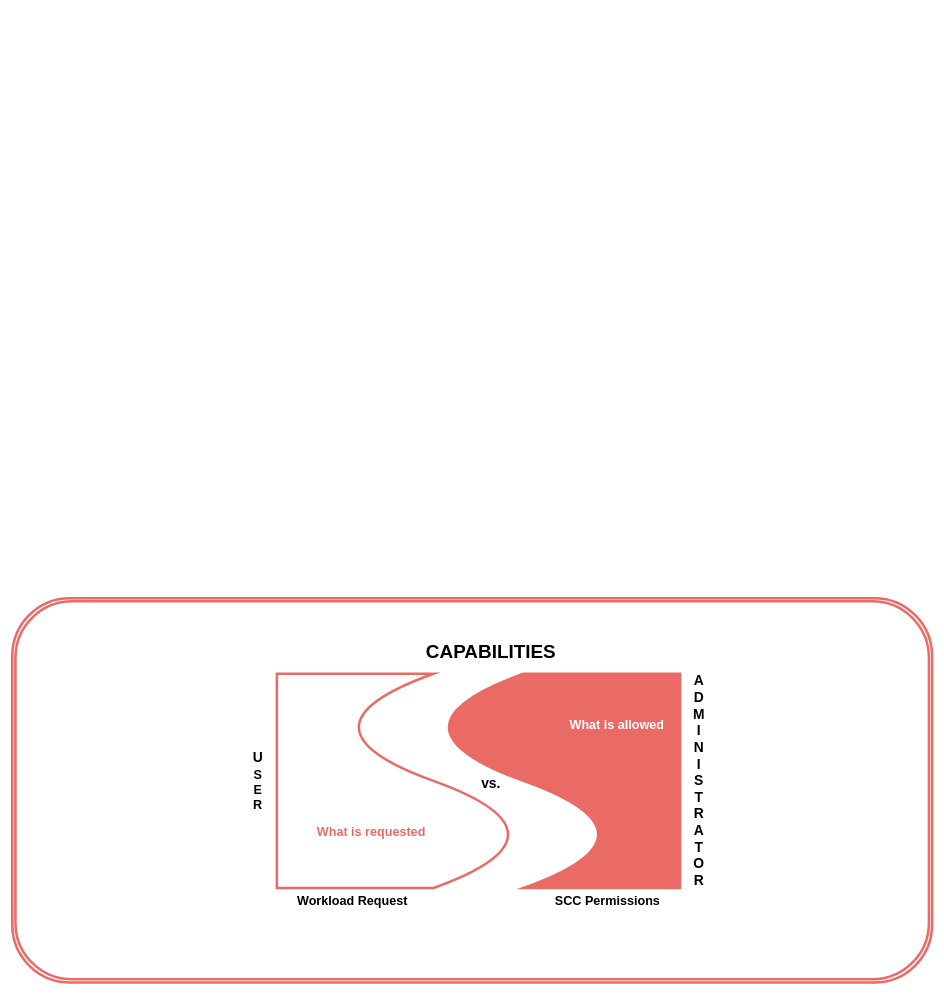
The draw.io diagram page "capabilities" (6 of 7) of article-intro/images/detailed-flow.drawio in tt-isv-org/scc, before the edit. Source tidied: cells renumbered, new cells numbered last; positions are measured from the earlier drawing's top-left corner, leaving out a move shared by most shapes. Both pictures are drawn from the tidied source at 63%, with x=0, y=0 at pixel (12, 598).
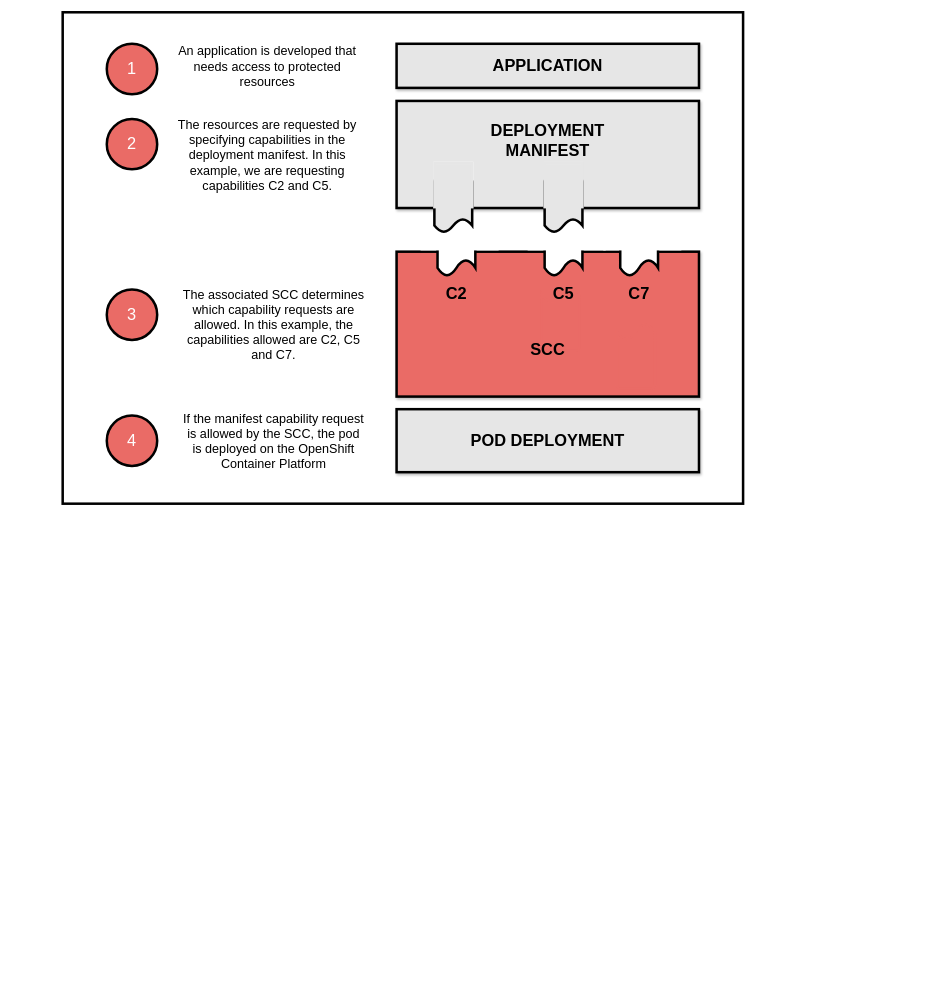
The same page after the edit.

Commit message (it also covers changes not shown here):
TT-ISV-org/planning#51:update capabilities diagram

What changed in the source:
```diff
@@
-    <mxCell id="2" style="shape=ext;double=1;rounded=1;whiteSpace=wrap;html=1;strokeColor=#EA6B66;strokeWidth=4;fillColor=#FFFFFF;fontSize=20;" parent="1" vertex="1">
-      <mxGeometry width="1460" height="610" as="geometry" />
-    </mxCell>
-    <mxCell id="3" style="shape=document;whiteSpace=wrap;html=1;boundedLbl=1;strokeColor=#EA6B66;strokeWidth=4;fontSize=28;size=0.6923076923076923;direction=north;" parent="1" vertex="1">
-      <mxGeometry x="420" y="120" width="380" height="340" as="geometry" />
-    </mxCell>
-    <mxCell id="4" style="shape=document;whiteSpace=wrap;html=1;boundedLbl=1;strokeColor=#EA6B66;strokeWidth=4;fontSize=28;size=0.6923076923076923;direction=south;fillColor=#EA6B66;" parent="1" vertex="1">
-      <mxGeometry x="680" y="120" width="380" height="340" as="geometry" />
-    </mxCell>
-    <mxCell id="5" value="&lt;font style=&quot;font-size: 22px&quot;&gt;A&lt;br&gt;D&lt;br&gt;M&lt;br&gt;I&lt;br&gt;N&lt;br&gt;I&lt;br&gt;S&lt;br&gt;T&lt;br&gt;R&lt;br&gt;A&lt;br&gt;T&lt;br&gt;O&lt;br&gt;R&lt;/font&gt;" style="text;html=1;strokeColor=none;fillColor=none;align=center;verticalAlign=middle;whiteSpace=wrap;rounded=0;fontSize=20;fontStyle=1;" parent="1" vertex="1">
-      <mxGeometry x="1070" y="55" width="40" height="470" as="geometry" />
-    </mxCell>
-    <mxCell id="6" value="&lt;b&gt;Workload Request&lt;/b&gt;" style="text;html=1;strokeColor=none;fillColor=none;align=center;verticalAlign=middle;whiteSpace=wrap;rounded=0;fontSize=20;" parent="1" vertex="1">
-      <mxGeometry x="430" y="450" width="220" height="60" as="geometry" />
-    </mxCell>
-    <mxCell id="7" value="&lt;b&gt;SCC Permissions&lt;/b&gt;" style="text;html=1;strokeColor=none;fillColor=none;align=center;verticalAlign=middle;whiteSpace=wrap;rounded=0;fontSize=20;" parent="1" vertex="1">
-      <mxGeometry x="850" y="450" width="190" height="60" as="geometry" />
-    </mxCell>
-    <mxCell id="8" value="&lt;b&gt;&lt;font style=&quot;font-size: 30px&quot;&gt;CAPABILITIES&lt;/font&gt;&lt;/b&gt;" style="text;html=1;strokeColor=none;fillColor=none;align=center;verticalAlign=middle;whiteSpace=wrap;rounded=0;fontSize=20;" parent="1" vertex="1">
-      <mxGeometry x="500" y="55" width="520" height="60" as="geometry" />
-    </mxCell>
-    <mxCell id="9" value="&lt;b&gt;&lt;font color=&quot;#ea6b66&quot;&gt;What is requested&lt;/font&gt;&lt;/b&gt;" style="text;html=1;strokeColor=none;fillColor=none;align=center;verticalAlign=middle;whiteSpace=wrap;rounded=0;fontSize=20;" parent="1" vertex="1">
-      <mxGeometry x="460" y="340" width="220" height="60" as="geometry" />
-    </mxCell>
-    <mxCell id="10" value="&lt;b&gt;&lt;font color=&quot;#ffffff&quot;&gt;What is allowed&lt;/font&gt;&lt;/b&gt;" style="text;html=1;strokeColor=none;fillColor=none;align=center;verticalAlign=middle;whiteSpace=wrap;rounded=0;fontSize=20;" parent="1" vertex="1">
-      <mxGeometry x="850" y="170" width="220" height="60" as="geometry" />
-    </mxCell>
-    <mxCell id="11" value="&lt;span style=&quot;font-size: 22px&quot;&gt;U&lt;br&gt;&lt;/span&gt;S&lt;br&gt;E&lt;br&gt;R" style="text;html=1;strokeColor=none;fillColor=none;align=center;verticalAlign=middle;whiteSpace=wrap;rounded=0;fontSize=20;fontStyle=1;" parent="1" vertex="1">
-      <mxGeometry x="370" y="55" width="40" height="470" as="geometry" />
-    </mxCell>
-    <mxCell id="12" value="&lt;span style=&quot;font-size: 22px&quot;&gt;vs.&lt;br&gt;&lt;/span&gt;" style="text;html=1;strokeColor=none;fillColor=none;align=center;verticalAlign=middle;whiteSpace=wrap;rounded=0;fontSize=20;fontStyle=1;" parent="1" vertex="1">
-      <mxGeometry x="720" y="200" width="80" height="190" as="geometry" />
-    </mxCell>
+    <mxCell id="13" style="rounded=0;whiteSpace=wrap;html=1;shadow=0;glass=0;strokeWidth=4;fillColor=#FFFFFF;fontSize=20;fontColor=#000000;" parent="1" vertex="1">
+      <mxGeometry x="80" y="-930" width="1080" height="780" as="geometry" />
+    </mxCell>
+    <mxCell id="14" value="1" style="ellipse;whiteSpace=wrap;html=1;rounded=0;shadow=0;glass=0;strokeColor=#000000;strokeWidth=4;fillColor=#EA6B66;fontSize=26;fontColor=#FFFFFF;" parent="1" vertex="1">
+      <mxGeometry x="150" y="-880" width="80" height="80" as="geometry" />
+    </mxCell>
+    <mxCell id="15" value="2" style="ellipse;whiteSpace=wrap;html=1;rounded=0;shadow=0;glass=0;strokeColor=#000000;strokeWidth=4;fillColor=#EA6B66;fontSize=26;fontColor=#FFFFFF;" parent="1" vertex="1">
+      <mxGeometry x="150" y="-760.7" width="80" height="80" as="geometry" />
+    </mxCell>
+    <mxCell id="16" value="3" style="ellipse;whiteSpace=wrap;html=1;rounded=0;shadow=0;glass=0;strokeColor=#000000;strokeWidth=4;fillColor=#EA6B66;fontSize=26;fontColor=#FFFFFF;" parent="1" vertex="1">
+      <mxGeometry x="150" y="-490" width="80" height="80" as="geometry" />
+    </mxCell>
+    <mxCell id="17" value="APPLICATION" style="rounded=0;whiteSpace=wrap;html=1;shadow=1;glass=0;strokeColor=#000000;strokeWidth=4;fontSize=26;fontStyle=1;fillColor=#E6E6E6;" parent="1" vertex="1">
+      <mxGeometry x="610" y="-880" width="480" height="70" as="geometry" />
+    </mxCell>
+    <mxCell id="18" value="&lt;br style=&quot;font-size: 26px&quot;&gt;&lt;br&gt;&lt;br&gt;&lt;br&gt;" style="rounded=0;whiteSpace=wrap;html=1;shadow=1;glass=0;strokeWidth=4;fontSize=26;fillColor=#EA6B66;labelPosition=center;verticalLabelPosition=middle;align=center;verticalAlign=middle;fontColor=#FFFFFF;fontStyle=1;" parent="1" vertex="1">
+      <mxGeometry x="610" y="-550" width="480" height="230" as="geometry" />
+    </mxCell>
+    <mxCell id="19" style="group;" parent="1" vertex="1">
+      <mxGeometry x="960" y="-610" width="70" height="227.1" as="geometry" />
+    </mxCell>
+    <mxCell id="20" style="strokeWidth=4;html=1;shape=mxgraph.flowchart.document2;whiteSpace=wrap;size=0.25;rounded=0;shadow=0;glass=0;fillColor=#FFFFFF;fontSize=20;fontColor=#FFFFFF;perimeterSpacing=4;" parent="19" vertex="1">
+      <mxGeometry x="5" y="-4.3" width="60" height="102.9" as="geometry" />
+    </mxCell>
+    <mxCell id="21" style="strokeWidth=4;html=1;shape=mxgraph.flowchart.document2;whiteSpace=wrap;size=0.25;rounded=0;shadow=0;glass=0;fontSize=20;fontColor=#FFFFFF;direction=west;fillColor=#EA6B66;perimeterSpacing=4;strokeColor=#EA6B66;" parent="19" vertex="1">
+      <mxGeometry y="174.3" width="60" height="102.9" as="geometry" />
+    </mxCell>
+    <mxCell id="22" value="&lt;b style=&quot;color: rgb(0 , 0 , 0)&quot;&gt;C7&lt;/b&gt;" style="text;html=1;strokeColor=none;fillColor=none;align=center;verticalAlign=middle;whiteSpace=wrap;rounded=0;shadow=0;glass=0;fontSize=26;fontColor=#FFFFFF;" parent="19" vertex="1">
+      <mxGeometry y="110" width="70" height="31.4" as="geometry" />
+    </mxCell>
+    <mxCell id="23" style="group;" parent="1" vertex="1">
+      <mxGeometry x="840" y="-670" width="110" height="310" as="geometry" />
+    </mxCell>
+    <mxCell id="24" style="strokeWidth=4;html=1;shape=mxgraph.flowchart.document2;whiteSpace=wrap;size=0.25;rounded=0;shadow=0;glass=0;fontSize=20;fontColor=#FFFFFF;direction=west;fillColor=#EA6B66;perimeterSpacing=4;strokeColor=#EA6B66;" parent="23" vertex="1">
+      <mxGeometry y="174.3" width="60" height="102.9" as="geometry" />
+    </mxCell>
+    <mxCell id="25" style="strokeWidth=4;html=1;shape=mxgraph.flowchart.document2;whiteSpace=wrap;size=0.25;rounded=0;shadow=0;glass=0;fillColor=#FFFFFF;fontSize=20;fontColor=#FFFFFF;perimeterSpacing=4;" parent="23" vertex="1">
+      <mxGeometry x="5" y="55.7" width="60" height="102.9" as="geometry" />
+    </mxCell>
+    <mxCell id="26" value="&lt;b style=&quot;color: rgb(0 , 0 , 0)&quot;&gt;C5&lt;/b&gt;" style="text;html=1;strokeColor=none;fillColor=none;align=center;verticalAlign=middle;whiteSpace=wrap;rounded=0;shadow=0;glass=0;fontSize=26;fontColor=#FFFFFF;" parent="23" vertex="1">
+      <mxGeometry y="170" width="70" height="31.4" as="geometry" />
+    </mxCell>
+    <mxCell id="27" style="rounded=0;whiteSpace=wrap;html=1;shadow=0;glass=0;strokeWidth=4;fillColor=#FFFFFF;fontSize=26;fontColor=#FFFFFF;strokeColor=#FFFFFF;" parent="23" vertex="1">
+      <mxGeometry x="-20" y="50" width="120" height="66" as="geometry" />
+    </mxCell>
+    <mxCell id="28" value="&lt;b style=&quot;color: rgb(0 , 0 , 0)&quot;&gt;SCC&lt;/b&gt;" style="text;html=1;strokeColor=none;fillColor=none;align=center;verticalAlign=middle;whiteSpace=wrap;rounded=0;shadow=0;glass=0;fontSize=26;fontColor=#FFFFFF;" parent="23" vertex="1">
+      <mxGeometry x="-90" y="240" width="200" height="70" as="geometry" />
+    </mxCell>
+    <mxCell id="29" style="rounded=0;whiteSpace=wrap;html=1;shadow=0;glass=0;strokeWidth=4;fillColor=#FFFFFF;fontSize=26;fontColor=#FFFFFF;strokeColor=#FFFFFF;" parent="1" vertex="1">
+      <mxGeometry x="940" y="-620" width="120" height="66" as="geometry" />
+    </mxCell>
+    <mxCell id="30" style="strokeWidth=4;html=1;shape=mxgraph.flowchart.document2;whiteSpace=wrap;size=0.25;rounded=0;shadow=0;glass=0;fillColor=#FFFFFF;fontSize=20;fontColor=#FFFFFF;perimeterSpacing=4;" parent="1" vertex="1">
+      <mxGeometry x="675" y="-614.3" width="60" height="102.9" as="geometry" />
+    </mxCell>
+    <mxCell id="31" value="&lt;b style=&quot;color: rgb(0 , 0 , 0)&quot;&gt;C2&lt;/b&gt;" style="text;html=1;strokeColor=none;fillColor=none;align=center;verticalAlign=middle;whiteSpace=wrap;rounded=0;shadow=0;glass=0;fontSize=26;fontColor=#FFFFFF;" parent="1" vertex="1">
+      <mxGeometry x="670" y="-500" width="70" height="31.4" as="geometry" />
+    </mxCell>
+    <mxCell id="32" style="rounded=0;whiteSpace=wrap;html=1;shadow=0;glass=0;strokeWidth=4;fillColor=#FFFFFF;fontSize=26;fontColor=#FFFFFF;strokeColor=#FFFFFF;" parent="1" vertex="1">
+      <mxGeometry x="650" y="-620" width="120" height="66" as="geometry" />
+    </mxCell>
+    <mxCell id="33" style="rounded=0;whiteSpace=wrap;html=1;shadow=1;glass=0;strokeColor=#000000;strokeWidth=4;fontSize=26;fontStyle=1;fillColor=#E6E6E6;" parent="1" vertex="1">
+      <mxGeometry x="610" y="-789.3" width="480" height="170" as="geometry" />
+    </mxCell>
+    <mxCell id="34" style="rounded=0;whiteSpace=wrap;html=1;shadow=0;glass=0;strokeWidth=4;fillColor=#FFFFFF;fontSize=26;fontColor=#FFFFFF;strokeColor=#FFFFFF;" parent="1" vertex="1">
+      <mxGeometry x="670" y="-690.7" width="60" height="70" as="geometry" />
+    </mxCell>
+    <mxCell id="35" style="strokeWidth=4;html=1;shape=mxgraph.flowchart.document2;whiteSpace=wrap;size=0.25;rounded=0;shadow=0;glass=0;fontSize=20;fontColor=#FFFFFF;perimeterSpacing=4;fillColor=#E6E6E6;" parent="1" vertex="1">
+      <mxGeometry x="670" y="-666.4" width="60" height="85.7" as="geometry" />
+    </mxCell>
+    <mxCell id="36" style="rounded=0;whiteSpace=wrap;html=1;shadow=0;glass=0;strokeWidth=4;fontSize=26;fontColor=#FFFFFF;fillColor=#E6E6E6;strokeColor=#E6E6E6;" parent="1" vertex="1">
+      <mxGeometry x="670" y="-690.7" width="60" height="70" as="geometry" />
+    </mxCell>
+    <mxCell id="37" style="strokeWidth=4;html=1;shape=mxgraph.flowchart.document2;whiteSpace=wrap;size=0.25;rounded=0;shadow=0;glass=0;fontSize=20;fontColor=#FFFFFF;perimeterSpacing=4;fillColor=#E6E6E6;" parent="1" vertex="1">
+      <mxGeometry x="845" y="-666.4" width="60" height="85.7" as="geometry" />
+    </mxCell>
+    <mxCell id="38" style="rounded=0;whiteSpace=wrap;html=1;shadow=0;glass=0;strokeWidth=4;fontSize=26;fontColor=#FFFFFF;strokeColor=#E6E6E6;fillColor=#E6E6E6;" parent="1" vertex="1">
+      <mxGeometry x="845" y="-690.7" width="60" height="70" as="geometry" />
+    </mxCell>
+    <mxCell id="39" value="&lt;font color=&quot;#000000&quot;&gt;&lt;b&gt;DEPLOYMENT MANIFEST&lt;/b&gt;&lt;/font&gt;" style="text;html=1;strokeColor=none;fillColor=none;align=center;verticalAlign=middle;whiteSpace=wrap;rounded=0;shadow=0;glass=0;fontSize=26;fontColor=#FFFFFF;" parent="1" vertex="1">
+      <mxGeometry x="750" y="-760.7" width="200" height="70" as="geometry" />
+    </mxCell>
+    <mxCell id="40" value="An application is developed that needs access to protected resources" style="text;html=1;strokeColor=none;fillColor=none;align=center;verticalAlign=middle;whiteSpace=wrap;rounded=0;shadow=0;glass=0;fontSize=20;" parent="1" vertex="1">
+      <mxGeometry x="260" y="-910" width="290" height="130" as="geometry" />
+    </mxCell>
+    <mxCell id="41" value="The resources are requested by specifying capabilities in the deployment manifest. In this example, we are requesting capabilities C2 and C5." style="text;html=1;strokeColor=none;fillColor=none;align=center;verticalAlign=middle;whiteSpace=wrap;rounded=0;shadow=0;glass=0;fontSize=20;" parent="1" vertex="1">
+      <mxGeometry x="260" y="-769.3" width="290" height="130" as="geometry" />
+    </mxCell>
+    <mxCell id="42" value="The associated SCC determines which capability requests are allowed. In this example, the capabilities allowed are C2, C5 and C7." style="text;html=1;strokeColor=none;fillColor=none;align=center;verticalAlign=middle;whiteSpace=wrap;rounded=0;shadow=0;glass=0;fontSize=20;" parent="1" vertex="1">
+      <mxGeometry x="270" y="-500" width="290" height="130" as="geometry" />
+    </mxCell>
+    <mxCell id="43" value="POD DEPLOYMENT" style="rounded=0;whiteSpace=wrap;html=1;shadow=1;glass=0;strokeColor=#000000;strokeWidth=4;fontSize=26;fontStyle=1;fillColor=#E6E6E6;" parent="1" vertex="1">
+      <mxGeometry x="610" y="-300" width="480" height="100" as="geometry" />
+    </mxCell>
+    <mxCell id="44" value="4" style="ellipse;whiteSpace=wrap;html=1;rounded=0;shadow=0;glass=0;strokeColor=#000000;strokeWidth=4;fillColor=#EA6B66;fontSize=26;fontColor=#FFFFFF;" parent="1" vertex="1">
+      <mxGeometry x="150" y="-290" width="80" height="80" as="geometry" />
+    </mxCell>
+    <mxCell id="45" value="If the manifest capability request is allowed by the SCC, the pod is deployed on the OpenShift Container Platform" style="text;html=1;strokeColor=none;fillColor=none;align=center;verticalAlign=middle;whiteSpace=wrap;rounded=0;shadow=0;glass=0;fontSize=20;" parent="1" vertex="1">
+      <mxGeometry x="270" y="-315" width="290" height="130" as="geometry" />
+    </mxCell>
```
